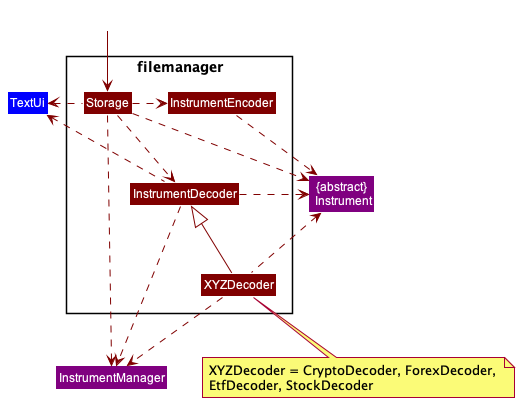
This is docs/images/FileManagerDiagram.png from williamlamjy/mTracker, a PlantUML export, as it was before one commit.
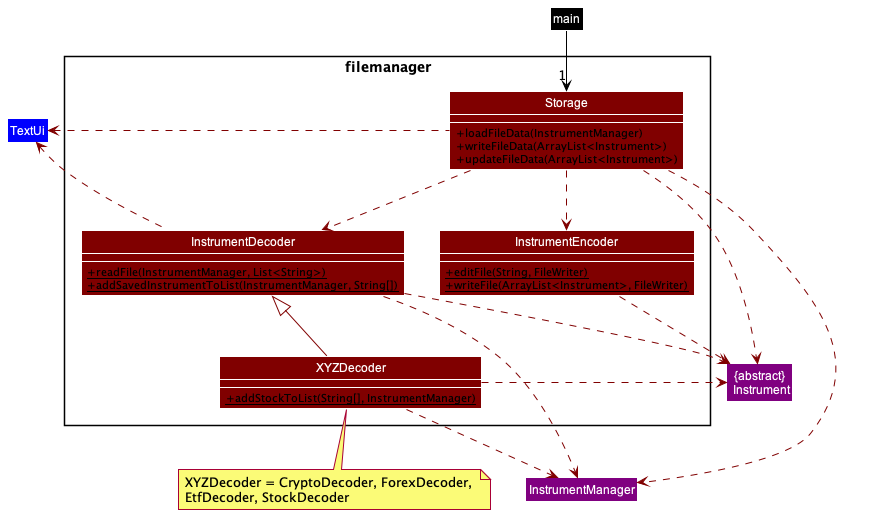
Later version of the same file.

What changed in the source:
```diff
@@ -1,31 +1,50 @@
 @startuml
 !include Styles.puml
 
-Package "filemanager"  <<Rectangle>>{
-     Class Storage COLOR_STORAGE
-     Class InstrumentDecoder COLOR_STORAGE
-     Class InstrumentEncoder COLOR_STORAGE
-     Class XYZDecoder COLOR_STORAGE
+Class main COLOR_MAIN
+
+Package "filemanager"  <<Rectangle>> {
+     Class Storage COLOR_STORAGE {
+     + loadFileData(InstrumentManager)
+     + writeFileData(ArrayList<Instrument>)
+     + updateFileData(ArrayList<Instrument>)
+     }
+     Class InstrumentDecoder COLOR_STORAGE {
+     + {static} readFile(InstrumentManager, List<String>)
+     + {static} addSavedInstrumentToList(InstrumentManager, String[])
+     }
+     Class InstrumentEncoder COLOR_STORAGE {
+     + {static} editFile(String, FileWriter)
+     + {static} writeFile(ArrayList<Instrument>, FileWriter)
+     }
+     Class XYZDecoder COLOR_STORAGE {
+     + {static} addStockToList(String[], InstrumentManager)
+     }
+
 }
 
+show Storage members
+show InstrumentDecoder members
+show InstrumentEncoder members
+show XYZDecoder members
+
 Class TextUi COLOR_UI
-
 Class "{abstract}\n Instrument" as Instrument COLOR_MODEL
 Class InstrumentManager COLOR_MODEL
 
+main -down[COLOR_MAIN]->"1" Storage
 
 Class outside COLOR_WHITE
- outside -down[COLOR_STORAGE]-> Storage
- XYZDecoder -up[COLOR_STORAGE]-|>InstrumentDecoder
- Storage -right[COLOR_STORAGE].> InstrumentEncoder
+ Storage -down[COLOR_STORAGE].> InstrumentEncoder
  Storage -down[COLOR_STORAGE].> InstrumentDecoder
  Storage -down[COLOR_STORAGE].> Instrument
  Storage -down[COLOR_STORAGE].> InstrumentManager
  InstrumentEncoder -down[COLOR_STORAGE].> Instrument
  InstrumentDecoder -down[COLOR_STORAGE].> InstrumentManager
- InstrumentDecoder -right[COLOR_STORAGE].> Instrument
- XYZDecoder -up[COLOR_STORAGE].> Instrument
+ InstrumentDecoder -down[COLOR_STORAGE].> Instrument
+ XYZDecoder -right[COLOR_STORAGE].> Instrument
  XYZDecoder -down[COLOR_STORAGE].> InstrumentManager
+ XYZDecoder -up[COLOR_STORAGE]-|>InstrumentDecoder
  Storage -left[COLOR_STORAGE].> TextUi
  InstrumentDecoder -left[COLOR_STORAGE].> TextUi
 
```
